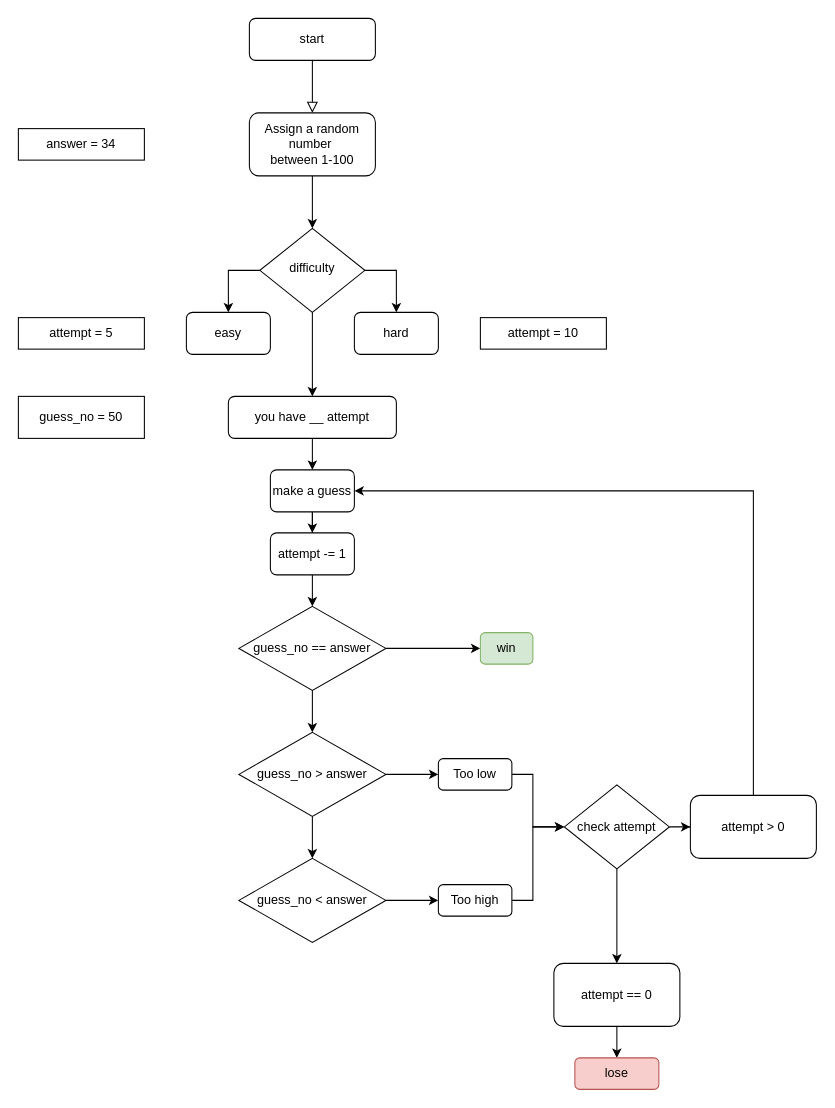
tinho-terrence/PythonBootCamp keeps this draw.io diagram as Untitled Diagram.drawio. Above is the earlier version. Source tidied: cells renumbered, new cells numbered last; positions are measured from the earlier drawing's top-left corner, leaving out a move shared by most shapes. Both pictures are drawn from the tidied source at 105%, with x=0, y=0 at pixel (18, 18).
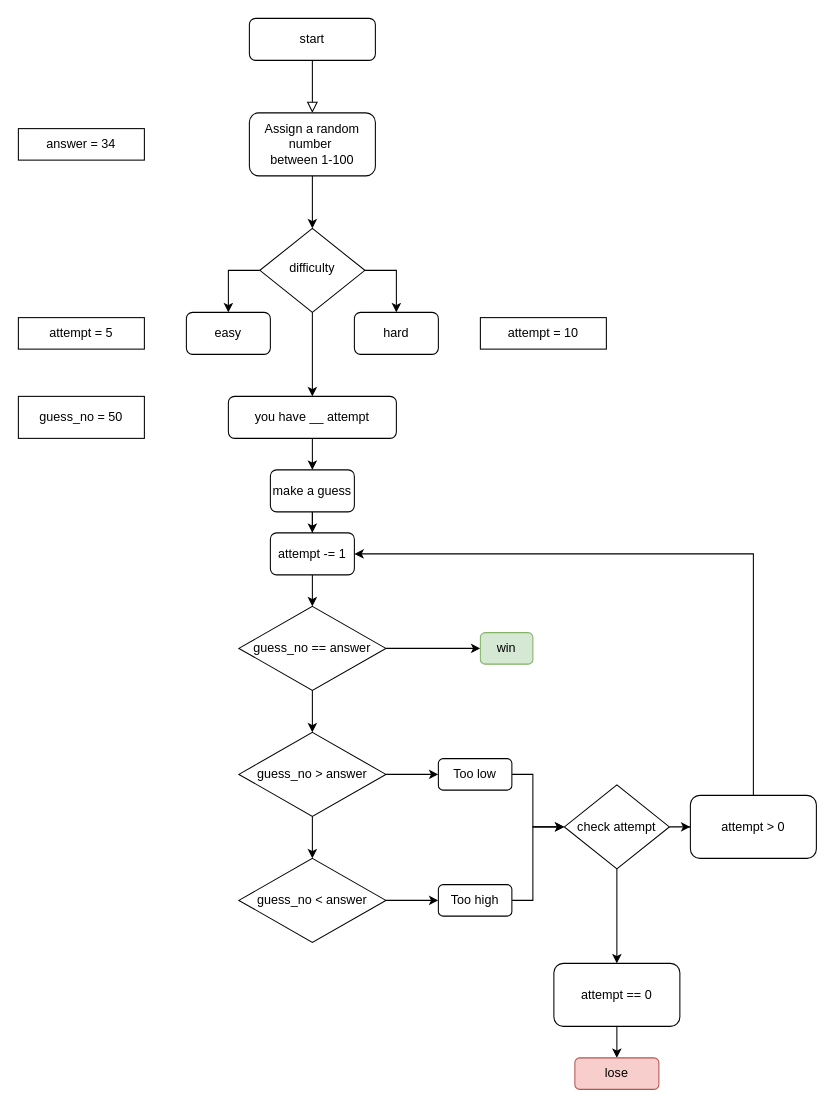
The same page after the edit.

Unchanged cells that the change refers to:
```xml
<mxCell id="17" value="make a guess" style="rounded=1;whiteSpace=wrap;html=1;" parent="1" vertex="1">
  <mxGeometry x="240" y="430" width="80" height="40" as="geometry" />
</mxCell>
<mxCell id="25" value="attempt -= 1" style="rounded=1;whiteSpace=wrap;html=1;" parent="1" vertex="1">
  <mxGeometry x="240" y="490" width="80" height="40" as="geometry" />
</mxCell>
<mxCell id="42" value="attempt &amp;gt; 0" style="rounded=1;whiteSpace=wrap;html=1;" parent="1" vertex="1">
  <mxGeometry x="640" y="740" width="120" height="60" as="geometry" />
</mxCell>
```

Change to the diagram source:
```diff
@@
-    <mxCell id="41" style="edgeStyle=orthogonalEdgeStyle;rounded=0;jettySize=auto;html=1;exitX=0.5;exitY=0;exitDx=0;exitDy=0;entryX=1;entryY=0.5;entryDx=0;entryDy=0;" parent="1" edge="1" source="42" target="17">
+    <mxCell id="41" style="edgeStyle=orthogonalEdgeStyle;rounded=0;jettySize=auto;html=1;exitX=0.5;exitY=0;exitDx=0;exitDy=0;entryX=1;entryY=0.5;entryDx=0;entryDy=0;" parent="1" edge="1" source="42" target="25">
       <mxGeometry relative="1" as="geometry" />
     </mxCell>
```
